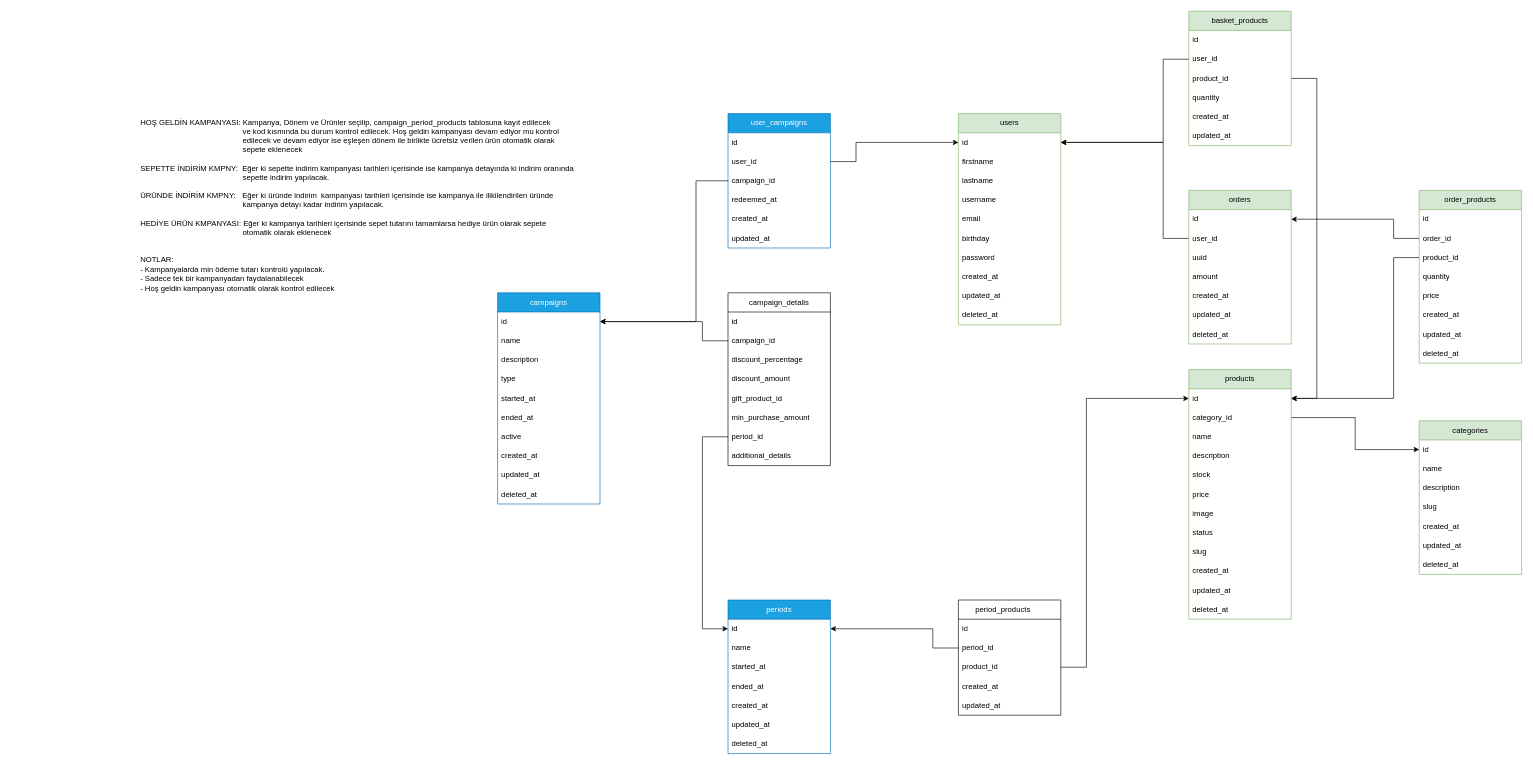
Before: database.drawio in seyitmustafaademk/norm-bitkisel-task, a draw.io diagram. Source tidied: cells renumbered, new cells numbered last; positions are measured from the earlier drawing's top-left corner, leaving out a move shared by most shapes. Both pictures are drawn from the tidied source at 64%, with x=0, y=0 at pixel (139, 11).
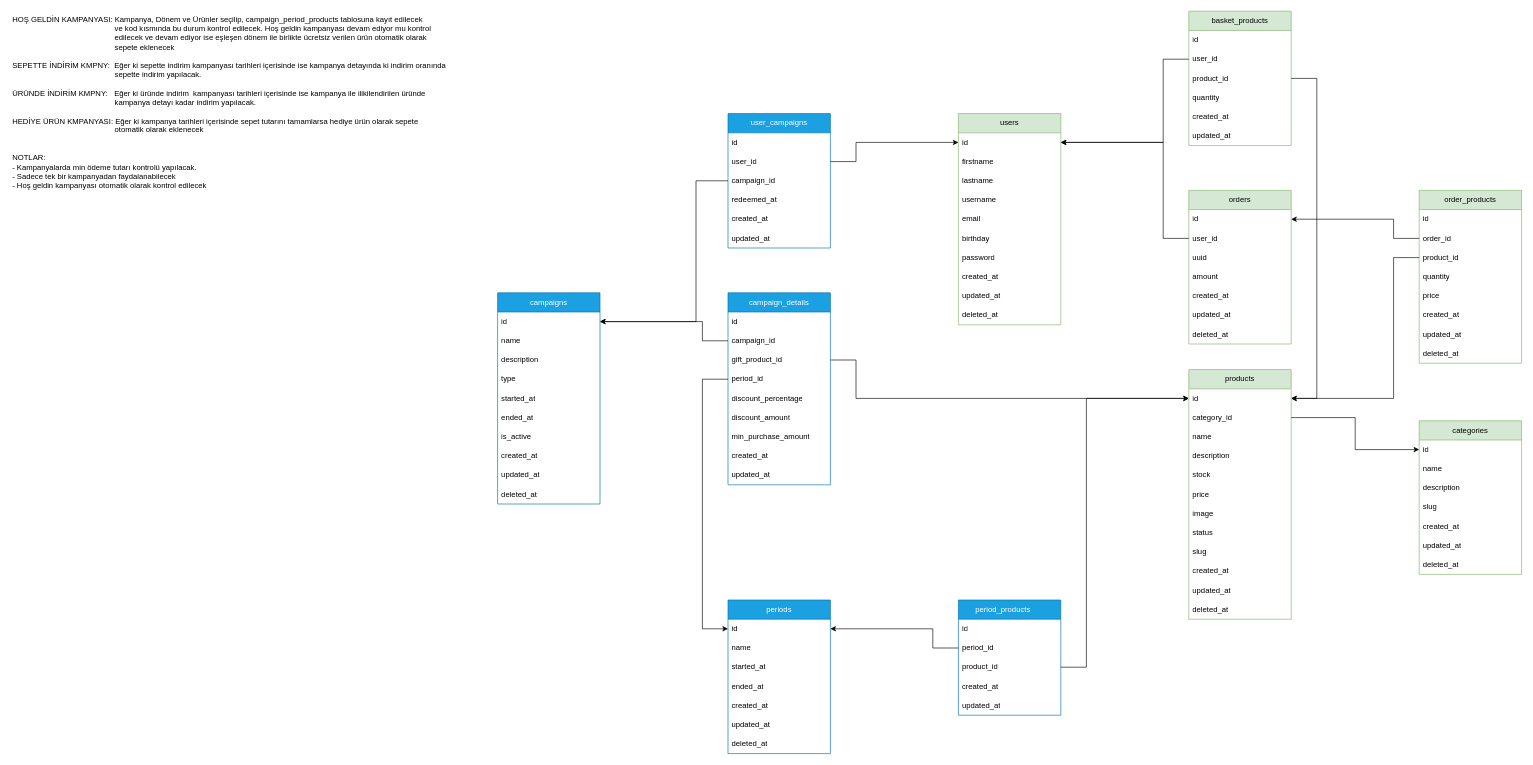
After the change.

Commit message:
modified database diagram file

Unchanged cells that the change refers to:
```xml
<mxCell id="21" value="id" style="text;strokeColor=none;fillColor=none;align=left;verticalAlign=middle;spacingLeft=4;spacingRight=4;overflow=hidden;points=[[0,0.5],[1,0.5]];portConstraint=eastwest;whiteSpace=wrap;html=1;" parent="20" vertex="1">
  <mxGeometry y="30" width="160" height="30" as="geometry" />
</mxCell>
<mxCell id="58" value="campaigns" style="swimlane;fontStyle=0;horizontal=1;startSize=30;whiteSpace=wrap;html=1;fillColor=#1ba1e2;fontColor=#ffffff;strokeColor=#006EAF;" parent="1" vertex="1">
  <mxGeometry x="560" y="440" width="160" height="330" as="geometry" />
</mxCell>
<mxCell id="70" value="id" style="text;strokeColor=none;fillColor=none;align=left;verticalAlign=middle;spacingLeft=4;spacingRight=4;overflow=hidden;points=[[0,0.5],[1,0.5]];portConstraint=eastwest;whiteSpace=wrap;html=1;" parent="69" vertex="1">
  <mxGeometry y="30" width="160" height="30" as="geometry" />
</mxCell>
```

Change to the diagram source:
```diff
@@
-    <mxCell id="65" value="active" style="text;strokeColor=none;fillColor=none;align=left;verticalAlign=middle;spacingLeft=4;spacingRight=4;overflow=hidden;whiteSpace=wrap;html=1;" parent="58" vertex="1">
+    <mxCell id="65" value="is_active" style="text;strokeColor=none;fillColor=none;align=left;verticalAlign=middle;spacingLeft=4;spacingRight=4;overflow=hidden;whiteSpace=wrap;html=1;" parent="58" vertex="1">
       <mxGeometry y="210" width="160" height="30" as="geometry" />
     </mxCell>
@@
-    <mxCell id="91" value="HOŞ GELDİN KAMPANYASI: Kampanya, Dönem ve Ürünler seçilip,&amp;nbsp;&lt;span style=&quot;text-wrap: wrap;&quot;&gt;campaign_period_products tablosuna kayıt edilecek&lt;/span&gt;&amp;nbsp;&lt;div&gt;&lt;span style=&quot;white-space: pre;&quot;&gt;&#9;&lt;/span&gt;&lt;span style=&quot;white-space: pre;&quot;&gt;&#9;&lt;/span&gt;&lt;span style=&quot;white-space: pre;&quot;&gt;&#9;&lt;/span&gt;&lt;span style=&quot;white-space: pre;&quot;&gt;&#9;&lt;/span&gt;&lt;span style=&quot;white-space: pre;&quot;&gt;&#9;&lt;/span&gt;&lt;span style=&quot;white-space: pre;&quot;&gt;&#9;&lt;/span&gt;ve kod kısmında bu durum kontrol edilecek. Hoş geldin kampanyası devam ediyor mu kontrol&amp;nbsp;&lt;/div&gt;&lt;div&gt;&lt;span style=&quot;white-space: pre;&quot;&gt;&#9;&lt;/span&gt;&lt;span style=&quot;white-space: pre;&quot;&gt;&#9;&lt;/span&gt;&lt;span style=&quot;white-space: pre;&quot;&gt;&#9;&lt;/span&gt;&lt;span style=&quot;white-space: pre;&quot;&gt;&#9;&lt;/span&gt;&lt;span style=&quot;white-space: pre;&quot;&gt;&#9;&lt;/span&gt;&lt;span style=&quot;white-space: pre;&quot;&gt;&#9;&lt;/span&gt;edilecek ve devam ediyor ise eşleşen dönem ile birlikte ücretsiz verilen ürün otomatik olarak&amp;nbsp;&lt;/div&gt;&lt;div&gt;&lt;span style=&quot;white-space: pre;&quot;&gt;&#9;&lt;/span&gt;&lt;span style=&quot;white-space: pre;&quot;&gt;&#9;&lt;/span&gt;&lt;span style=&quot;white-space: pre;&quot;&gt;&#9;&lt;/span&gt;&lt;span style=&quot;white-space: pre;&quot;&gt;&#9;&lt;/span&gt;&lt;span style=&quot;white-space: pre;&quot;&gt;&#9;&lt;/span&gt;&lt;span style=&quot;white-space: pre;&quot;&gt;&#9;&lt;/span&gt;sepete eklenecek&lt;div&gt;&lt;div&gt;&lt;br&gt;&lt;/div&gt;&lt;div&gt;SEPETTE İNDİRİM KMPNY:&amp;nbsp; Eğer ki sepette indirim kampanyası tarihleri içerisinde ise kampanya detayında ki indirim oranında&amp;nbsp;&lt;/div&gt;&lt;/div&gt;&lt;/div&gt;&lt;div&gt;&lt;span style=&quot;white-space: pre;&quot;&gt;&#9;&lt;/span&gt;&lt;span style=&quot;white-space: pre;&quot;&gt;&#9;&lt;/span&gt;&lt;span style=&quot;white-space: pre;&quot;&gt;&#9;&lt;/span&gt;&lt;span style=&quot;white-space: pre;&quot;&gt;&#9;&lt;/span&gt;&lt;span style=&quot;white-space: pre;&quot;&gt;&#9;&lt;/span&gt;&lt;span style=&quot;white-space: pre;&quot;&gt;&#9;&lt;/span&gt;sepette indirim yapılacak.&lt;br&gt;&lt;/div&gt;&lt;div&gt;&lt;br&gt;&lt;/div&gt;&lt;div&gt;ÜRÜNDE İNDİRİM KMPNY:&amp;nbsp; &amp;nbsp;Eğer ki üründe indirim&amp;nbsp; kampanyası tarihleri içerisinde ise kampanya ile ilikilendirilen üründe&amp;nbsp;&lt;/div&gt;&lt;div&gt;&lt;span style=&quot;white-space: pre;&quot;&gt;&#9;&lt;/span&gt;&lt;span style=&quot;white-space: pre;&quot;&gt;&#9;&lt;/span&gt;&lt;span style=&quot;white-space: pre;&quot;&gt;&#9;&lt;/span&gt;&lt;span style=&quot;white-space: pre;&quot;&gt;&#9;&lt;/span&gt;&lt;span style=&quot;white-space: pre;&quot;&gt;&#9;&lt;/span&gt;&lt;span style=&quot;white-space: pre;&quot;&gt;&#9;&lt;/span&gt;kampanya detayı kadar indirim yapılacak.&lt;/div&gt;&lt;div&gt;&lt;br&gt;&lt;/div&gt;&lt;div&gt;HEDİYE ÜRÜN KMPANYASI: Eğer ki kampanya tarihleri içerisinde sepet tutarını tamamlarsa hediye ürün olarak sepete&amp;nbsp;&lt;/div&gt;&lt;div&gt;&lt;span style=&quot;white-space: pre;&quot;&gt;&#9;&lt;/span&gt;&lt;span style=&quot;white-space: pre;&quot;&gt;&#9;&lt;/span&gt;&lt;span style=&quot;white-space: pre;&quot;&gt;&#9;&lt;/span&gt;&lt;span style=&quot;white-space: pre;&quot;&gt;&#9;&lt;/span&gt;&lt;span style=&quot;white-space: pre;&quot;&gt;&#9;&lt;/span&gt;&lt;span style=&quot;white-space: pre;&quot;&gt;&#9;&lt;/span&gt;otomatik olarak eklenecek&lt;/div&gt;&lt;div&gt;&lt;br&gt;&lt;/div&gt;&lt;div&gt;&lt;br&gt;&lt;/div&gt;&lt;div&gt;NOTLAR:&lt;/div&gt;&lt;div&gt;- Kampanyalarda min ödeme tutarı kontrolü yapılacak.&lt;/div&gt;&lt;div&gt;- Sadece tek bir kampanyadan faydalanabilecek&lt;/div&gt;&lt;div&gt;- Hoş geldin kampanyası otomatik olarak kontrol edilecek&lt;/div&gt;&lt;div&gt;&lt;br&gt;&lt;/div&gt;" style="text;html=1;align=left;verticalAlign=middle;strokeColor=none;fillColor=none;" parent="1" vertex="1">
-      <mxGeometry y="160" width="700" height="300" as="geometry" />
+    <mxCell id="91" value="HOŞ GELDİN KAMPANYASI: Kampanya, Dönem ve Ürünler seçilip,&amp;nbsp;&lt;span style=&quot;text-wrap: wrap;&quot;&gt;campaign_period_products tablosuna kayıt edilecek&lt;/span&gt;&amp;nbsp;&lt;div&gt;&lt;span style=&quot;white-space: pre;&quot;&gt;&#9;&lt;/span&gt;&lt;span style=&quot;white-space: pre;&quot;&gt;&#9;&lt;/span&gt;&lt;span style=&quot;white-space: pre;&quot;&gt;&#9;&lt;/span&gt;&lt;span style=&quot;white-space: pre;&quot;&gt;&#9;&lt;/span&gt;&lt;span style=&quot;white-space: pre;&quot;&gt;&#9;&lt;/span&gt;&lt;span style=&quot;white-space: pre;&quot;&gt;&#9;&lt;/span&gt;ve kod kısmında bu durum kontrol edilecek. Hoş geldin kampanyası devam ediyor mu kontrol&amp;nbsp;&lt;/div&gt;&lt;div&gt;&lt;span style=&quot;white-space: pre;&quot;&gt;&#9;&lt;/span&gt;&lt;span style=&quot;white-space: pre;&quot;&gt;&#9;&lt;/span&gt;&lt;span style=&quot;white-space: pre;&quot;&gt;&#9;&lt;/span&gt;&lt;span style=&quot;white-space: pre;&quot;&gt;&#9;&lt;/span&gt;&lt;span style=&quot;white-space: pre;&quot;&gt;&#9;&lt;/span&gt;&lt;span style=&quot;white-space: pre;&quot;&gt;&#9;&lt;/span&gt;edilecek ve devam ediyor ise eşleşen dönem ile birlikte ücretsiz verilen ürün otomatik olarak&amp;nbsp;&lt;/div&gt;&lt;div&gt;&lt;span style=&quot;white-space: pre;&quot;&gt;&#9;&lt;/span&gt;&lt;span style=&quot;white-space: pre;&quot;&gt;&#9;&lt;/span&gt;&lt;span style=&quot;white-space: pre;&quot;&gt;&#9;&lt;/span&gt;&lt;span style=&quot;white-space: pre;&quot;&gt;&#9;&lt;/span&gt;&lt;span style=&quot;white-space: pre;&quot;&gt;&#9;&lt;/span&gt;&lt;span style=&quot;white-space: pre;&quot;&gt;&#9;&lt;/span&gt;sepete eklenecek&lt;div&gt;&lt;div&gt;&lt;br&gt;&lt;/div&gt;&lt;div&gt;SEPETTE İNDİRİM KMPNY:&amp;nbsp; Eğer ki sepette indirim kampanyası tarihleri içerisinde ise kampanya detayında ki indirim oranında&amp;nbsp;&lt;/div&gt;&lt;/div&gt;&lt;/div&gt;&lt;div&gt;&lt;span style=&quot;white-space: pre;&quot;&gt;&#9;&lt;/span&gt;&lt;span style=&quot;white-space: pre;&quot;&gt;&#9;&lt;/span&gt;&lt;span style=&quot;white-space: pre;&quot;&gt;&#9;&lt;/span&gt;&lt;span style=&quot;white-space: pre;&quot;&gt;&#9;&lt;/span&gt;&lt;span style=&quot;white-space: pre;&quot;&gt;&#9;&lt;/span&gt;&lt;span style=&quot;white-space: pre;&quot;&gt;&#9;&lt;/span&gt;sepette indirim yapılacak.&lt;br&gt;&lt;/div&gt;&lt;div&gt;&lt;br&gt;&lt;/div&gt;&lt;div&gt;ÜRÜNDE İNDİRİM KMPNY:&amp;nbsp; &amp;nbsp;Eğer ki üründe indirim&amp;nbsp; kampanyası tarihleri içerisinde ise kampanya ile ilikilendirilen üründe&amp;nbsp;&lt;/div&gt;&lt;div&gt;&lt;span style=&quot;white-space: pre;&quot;&gt;&#9;&lt;/span&gt;&lt;span style=&quot;white-space: pre;&quot;&gt;&#9;&lt;/span&gt;&lt;span style=&quot;white-space: pre;&quot;&gt;&#9;&lt;/span&gt;&lt;span style=&quot;white-space: pre;&quot;&gt;&#9;&lt;/span&gt;&lt;span style=&quot;white-space: pre;&quot;&gt;&#9;&lt;/span&gt;&lt;span style=&quot;white-space: pre;&quot;&gt;&#9;&lt;/span&gt;kampanya detayı kadar indirim yapılacak.&lt;/div&gt;&lt;div&gt;&lt;br&gt;&lt;/div&gt;&lt;div&gt;HEDİYE ÜRÜN KMPANYASI: Eğer ki kampanya tarihleri içerisinde sepet tutarını tamamlarsa hediye ürün olarak sepete&amp;nbsp;&lt;/div&gt;&lt;div&gt;&lt;span style=&quot;white-space: pre;&quot;&gt;&#9;&lt;/span&gt;&lt;span style=&quot;white-space: pre;&quot;&gt;&#9;&lt;/span&gt;&lt;span style=&quot;white-space: pre;&quot;&gt;&#9;&lt;/span&gt;&lt;span style=&quot;white-space: pre;&quot;&gt;&#9;&lt;/span&gt;&lt;span style=&quot;white-space: pre;&quot;&gt;&#9;&lt;/span&gt;&lt;span style=&quot;white-space: pre;&quot;&gt;&#9;&lt;/span&gt;otomatik olarak eklenecek&lt;/div&gt;&lt;div&gt;&lt;br&gt;&lt;/div&gt;&lt;div&gt;&lt;br&gt;&lt;/div&gt;&lt;div&gt;NOTLAR:&lt;/div&gt;&lt;div&gt;- Kampanyalarda min ödeme tutarı kontrolü yapılacak.&lt;/div&gt;&lt;div&gt;- Sadece tek bir kampanyadan faydalanabilecek&lt;/div&gt;&lt;div&gt;- Hoş geldin kampanyası otomatik olarak kontrol edilecek&lt;/div&gt;&lt;div&gt;&lt;br&gt;&lt;/div&gt;" style="text;html=1;align=left;verticalAlign=middle;" parent="1" vertex="1">
+      <mxGeometry x="-200" width="700" height="300" as="geometry" />
     </mxCell>
-    <mxCell id="92" value="period_products&lt;span style=&quot;white-space: pre;&quot;&gt;&#9;&lt;/span&gt;" style="swimlane;fontStyle=0;horizontal=1;startSize=30;whiteSpace=wrap;html=1;" parent="1" vertex="1">
+    <mxCell id="92" value="period_products&lt;span style=&quot;white-space: pre;&quot;&gt;&#9;&lt;/span&gt;" style="swimlane;fontStyle=0;horizontal=1;startSize=30;whiteSpace=wrap;html=1;fillColor=#1ba1e2;fontColor=#ffffff;strokeColor=#006EAF;" parent="1" vertex="1">
       <mxGeometry x="1280" y="920" width="160" height="180" as="geometry" />
     </mxCell>
@@
-    <mxCell id="98" value="campaign_details" style="swimlane;fontStyle=0;horizontal=1;startSize=30;whiteSpace=wrap;html=1;" parent="1" vertex="1">
-      <mxGeometry x="920" y="440" width="160" height="270" as="geometry" />
+    <mxCell id="98" value="campaign_details" style="swimlane;fontStyle=0;horizontal=1;startSize=30;whiteSpace=wrap;html=1;fillColor=#1ba1e2;strokeColor=#006EAF;fontColor=#ffffff;" parent="1" vertex="1">
+      <mxGeometry x="920" y="440" width="160" height="300" as="geometry" />
     </mxCell>
@@
+    <mxCell id="103" value="gift_product_id" style="text;strokeColor=none;fillColor=none;align=left;verticalAlign=middle;spacingLeft=4;spacingRight=4;overflow=hidden;points=[[0,0.5],[1,0.5]];portConstraint=eastwest;whiteSpace=wrap;html=1;" parent="98" vertex="1">
+      <mxGeometry y="90" width="160" height="30" as="geometry" />
+    </mxCell>
+    <mxCell id="105" value="period_id" style="text;strokeColor=none;fillColor=none;align=left;verticalAlign=middle;spacingLeft=4;spacingRight=4;overflow=hidden;points=[[0,0.5],[1,0.5]];portConstraint=eastwest;whiteSpace=wrap;html=1;" parent="98" vertex="1">
+      <mxGeometry y="120" width="160" height="30" as="geometry" />
+    </mxCell>
     <mxCell id="101" value="discount_percentage" style="text;strokeColor=none;fillColor=none;align=left;verticalAlign=middle;spacingLeft=4;spacingRight=4;overflow=hidden;whiteSpace=wrap;html=1;" parent="98" vertex="1">
-      <mxGeometry y="90" width="160" height="30" as="geometry" />
+      <mxGeometry y="150" width="160" height="30" as="geometry" />
     </mxCell>
     <mxCell id="102" value="discount_amount" style="text;strokeColor=none;fillColor=none;align=left;verticalAlign=middle;spacingLeft=4;spacingRight=4;overflow=hidden;whiteSpace=wrap;html=1;" parent="98" vertex="1">
-      <mxGeometry y="120" width="160" height="30" as="geometry" />
+      <mxGeometry y="180" width="160" height="30" as="geometry" />
     </mxCell>
-    <mxCell id="103" value="gift_product_id" style="text;strokeColor=none;fillColor=none;align=left;verticalAlign=middle;spacingLeft=4;spacingRight=4;overflow=hidden;points=[[0,0.5],[1,0.5]];portConstraint=eastwest;whiteSpace=wrap;html=1;" parent="98" vertex="1">
-      <mxGeometry y="150" width="160" height="30" as="geometry" />
-    </mxCell>
     <mxCell id="104" value="min_purchase_amount" style="text;strokeColor=none;fillColor=none;align=left;verticalAlign=middle;spacingLeft=4;spacingRight=4;overflow=hidden;whiteSpace=wrap;html=1;" parent="98" vertex="1">
-      <mxGeometry y="180" width="160" height="30" as="geometry" />
+      <mxGeometry y="210" width="160" height="30" as="geometry" />
     </mxCell>
-    <mxCell id="105" value="period_id" style="text;strokeColor=none;fillColor=none;align=left;verticalAlign=middle;spacingLeft=4;spacingRight=4;overflow=hidden;points=[[0,0.5],[1,0.5]];portConstraint=eastwest;whiteSpace=wrap;html=1;" parent="98" vertex="1">
-      <mxGeometry y="210" width="160" height="30" as="geometry" />
-    </mxCell>
-    <mxCell id="106" value="additional_details" style="text;strokeColor=none;fillColor=none;align=left;verticalAlign=middle;spacingLeft=4;spacingRight=4;overflow=hidden;whiteSpace=wrap;html=1;" parent="98" vertex="1">
-      <mxGeometry y="240" width="160" height="30" as="geometry" />
-    </mxCell>
+    <mxCell id="112" value="created_at" style="text;strokeColor=none;fillColor=none;align=left;verticalAlign=middle;spacingLeft=4;spacingRight=4;overflow=hidden;whiteSpace=wrap;html=1;" parent="98" vertex="1">
+      <mxGeometry y="240" width="160" height="30" as="geometry" />
+    </mxCell>
+    <mxCell id="113" value="updated_at" style="text;strokeColor=none;fillColor=none;align=left;verticalAlign=middle;spacingLeft=4;spacingRight=4;overflow=hidden;whiteSpace=wrap;html=1;" parent="98" vertex="1">
+      <mxGeometry y="270" width="160" height="30" as="geometry" />
+    </mxCell>
@@
     <mxCell id="111" style="edgeStyle=orthogonalEdgeStyle;rounded=0;jettySize=auto;html=1;exitX=0;exitY=0.5;exitDx=0;exitDy=0;" parent="1" edge="1" source="105" target="70">
       <mxGeometry relative="1" as="geometry">
         <Array as="points">
-          <mxPoint x="880" y="665" />
+          <mxPoint x="880" y="575" />
           <mxPoint x="880" y="965" />
         </Array>
       </mxGeometry>
     </mxCell>
+    <mxCell id="114" style="edgeStyle=orthogonalEdgeStyle;rounded=0;jettySize=auto;html=1;exitX=1;exitY=0.5;exitDx=0;exitDy=0;" parent="1" edge="1" source="103" target="21">
+      <mxGeometry relative="1" as="geometry">
+        <Array as="points">
+          <mxPoint x="1120" y="545" />
+          <mxPoint x="1120" y="605" />
+        </Array>
+      </mxGeometry>
+    </mxCell>
```
